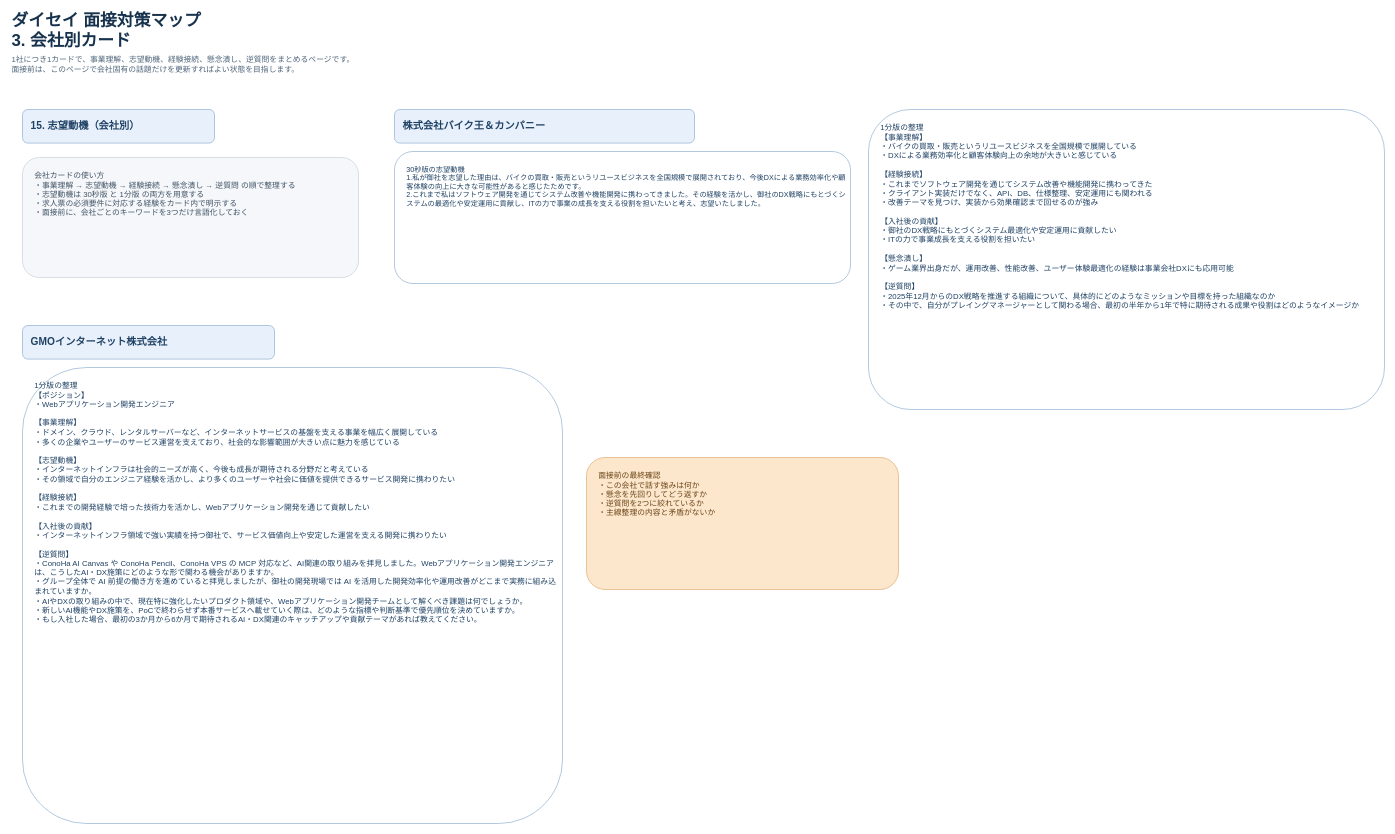
bodacheng/ForInterview keeps this draw.io diagram as page "3. 会社別カード" (3 of 4) of interview-prep-structure.drawio. Above is the earlier version. Source tidied: cells renumbered, new cells numbered last; positions are measured from the earlier drawing's top-left corner, leaving out a move shared by most shapes. Both pictures are drawn from the tidied source at 60%, with x=0, y=0 at pixel (10, 13).
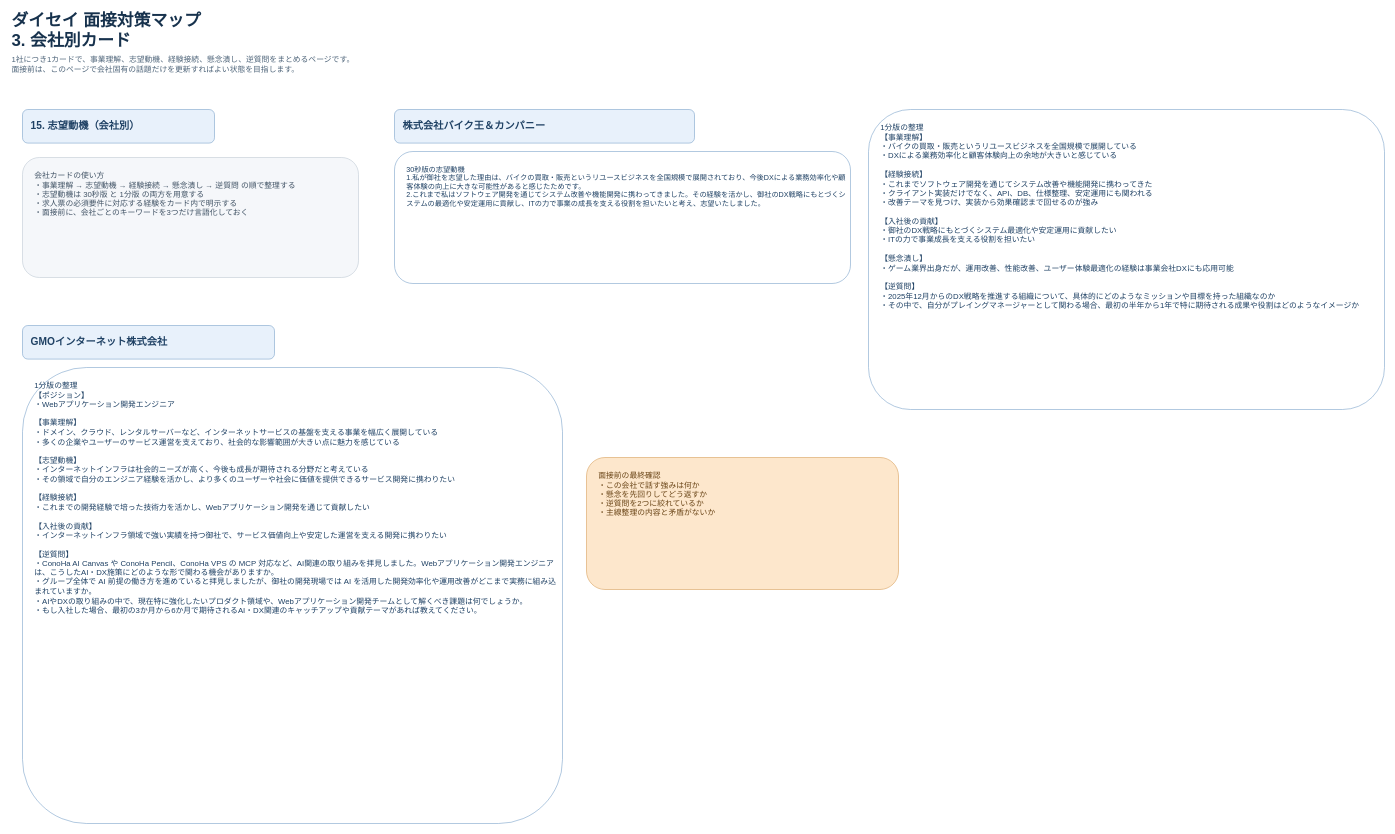
The same page after the edit.

What changed in the source:
```diff
@@
 <mxGraphModel>
   <root>
     <mxCell id="0" />
     <mxCell id="1" parent="0" />
     <mxCell id="2" value="ダイセイ 面接対策マップ&#10;3. 会社別カード" style="text;html=1;strokeColor=none;fillColor=none;align=left;verticalAlign=middle;whiteSpace=wrap;rounded=0;fontSize=28;fontStyle=1;fontColor=#17324D;" parent="1" vertex="1">
       <mxGeometry width="760" height="56" as="geometry" />
     </mxCell>
     <mxCell id="3" value="1社につき1カードで、事業理解、志望動機、経験接続、懸念潰し、逆質問をまとめるページです。&#10;面接前は、このページで会社固有の話題だけを更新すればよい状態を目指します。" style="text;html=1;strokeColor=none;fillColor=none;align=left;verticalAlign=middle;whiteSpace=wrap;rounded=0;fontSize=13;fontColor=#4F657A;" parent="1" vertex="1">
       <mxGeometry y="60" width="1200" height="50" as="geometry" />
     </mxCell>
     <mxCell id="4" value="15. 志望動機（会社別）" style="rounded=1;whiteSpace=wrap;html=1;align=left;verticalAlign=middle;spacingLeft=12;fillColor=#E8F1FB;strokeColor=#7EA5CC;fontStyle=1;fontSize=17;fontColor=#1F4164;arcSize=16;" parent="1" vertex="1">
       <mxGeometry x="20" y="160" width="320" height="56" as="geometry" />
     </mxCell>
     <mxCell id="5" value="会社カードの使い方&#10;・事業理解 → 志望動機 → 経験接続 → 懸念潰し → 逆質問 の順で整理する&#10;・志望動機は 30秒版 と 1分版 の両方を用意する&#10;・求人票の必須要件に対応する経験をカード内で明示する&#10;・面接前に、会社ごとのキーワードを3つだけ言語化しておく" style="rounded=1;whiteSpace=wrap;html=1;align=left;verticalAlign=top;spacing=8;spacingLeft=12;spacingTop=10;fillColor=#F5F7FA;strokeColor=#C2CBD6;fontSize=13;fontColor=#425466;arcSize=14;" parent="1" vertex="1">
       <mxGeometry x="20" y="240" width="560" height="200" as="geometry" />
     </mxCell>
     <mxCell id="6" value="株式会社バイク王＆カンパニー" style="rounded=1;whiteSpace=wrap;html=1;align=left;verticalAlign=middle;spacingLeft=12;fillColor=#E8F1FB;strokeColor=#7EA5CC;fontStyle=1;fontSize=17;fontColor=#1F4164;arcSize=16;" parent="1" vertex="1">
       <mxGeometry x="640" y="160" width="500" height="56" as="geometry" />
     </mxCell>
     <mxCell id="7" value="30秒版の志望動機&lt;br&gt;1.私が御社を志望した理由は、バイクの買取・販売というリユースビジネスを全国規模で展開されており、今後DXによる業務効率化や顧客体験の向上に大きな可能性があると感じたためです。&lt;div&gt;2.これまで私はソフトウェア開発を通じてシステム改善や機能開発に携わってきました。その経験を活かし、御社のDX戦略にもとづくシステムの最適化や安定運用に貢献し、ITの力で事業の成長を支える役割を担いたいと考え、志望いたしました。&lt;/div&gt;" style="rounded=1;whiteSpace=wrap;html=1;align=left;verticalAlign=top;spacing=8;spacingLeft=12;spacingTop=10;fillColor=#FFFFFF;strokeColor=#7EA5CC;fontSize=12;fontColor=#1F4164;arcSize=14;" parent="1" vertex="1">
       <mxGeometry x="640" y="230" width="760" height="220" as="geometry" />
     </mxCell>
     <mxCell id="8" value="1分版の整理&#10;【事業理解】&#10;・バイクの買取・販売というリユースビジネスを全国規模で展開している&#10;・DXによる業務効率化と顧客体験向上の余地が大きいと感じている&#10;&#10;【経験接続】&#10;・これまでソフトウェア開発を通じてシステム改善や機能開発に携わってきた&#10;・クライアント実装だけでなく、API、DB、仕様整理、安定運用にも関われる&#10;・改善テーマを見つけ、実装から効果確認まで回せるのが強み&#10;&#10;【入社後の貢献】&#10;・御社のDX戦略にもとづくシステム最適化や安定運用に貢献したい&#10;・ITの力で事業成長を支える役割を担いたい&#10;&#10;【懸念潰し】&#10;・ゲーム業界出身だが、運用改善、性能改善、ユーザー体験最適化の経験は事業会社DXにも応用可能&#10;&#10;【逆質問】&#10;・2025年12月からのDX戦略を推進する組織について、具体的にどのようなミッションや目標を持った組織なのか&#10;・その中で、自分がプレイングマネージャーとして関わる場合、最初の半年から1年で特に期待される成果や役割はどのようなイメージか" style="rounded=1;whiteSpace=wrap;html=1;align=left;verticalAlign=top;spacing=8;spacingLeft=12;spacingTop=10;fillColor=#FFFFFF;strokeColor=#7EA5CC;fontSize=13;fontColor=#1F4164;arcSize=14;" parent="1" vertex="1">
       <mxGeometry x="1430" y="160" width="860" height="500" as="geometry" />
     </mxCell>
     <mxCell id="9" value="GMOインターネット株式会社" style="rounded=1;whiteSpace=wrap;html=1;align=left;verticalAlign=middle;spacingLeft=12;fillColor=#E8F1FB;strokeColor=#7EA5CC;fontStyle=1;fontSize=17;fontColor=#1F4164;arcSize=16;" parent="1" vertex="1">
       <mxGeometry x="20" y="520" width="420" height="56" as="geometry" />
     </mxCell>
-    <mxCell id="10" value="1分版の整理&#10;【ポジション】&#10;・Webアプリケーション開発エンジニア&#10;&#10;【事業理解】&#10;・ドメイン、クラウド、レンタルサーバーなど、インターネットサービスの基盤を支える事業を幅広く展開している&#10;・多くの企業やユーザーのサービス運営を支えており、社会的な影響範囲が大きい点に魅力を感じている&#10;&#10;【志望動機】&#10;・インターネットインフラは社会的ニーズが高く、今後も成長が期待される分野だと考えている&#10;・その領域で自分のエンジニア経験を活かし、より多くのユーザーや社会に価値を提供できるサービス開発に携わりたい&#10;&#10;【経験接続】&#10;・これまでの開発経験で培った技術力を活かし、Webアプリケーション開発を通じて貢献したい&#10;&#10;【入社後の貢献】&#10;・インターネットインフラ領域で強い実績を持つ御社で、サービス価値向上や安定した運営を支える開発に携わりたい&#10;&#10;【逆質問】&#10;・ConoHa AI Canvas や ConoHa Pencil、ConoHa VPS の MCP 対応など、AI関連の取り組みを拝見しました。Webアプリケーション開発エンジニアは、こうしたAI・DX施策にどのような形で関わる機会がありますか。&#10;・グループ全体で AI 前提の働き方を進めていると拝見しましたが、御社の開発現場では AI を活用した開発効率化や運用改善がどこまで実務に組み込まれていますか。&#10;・AIやDXの取り組みの中で、現在特に強化したいプロダクト領域や、Webアプリケーション開発チームとして解くべき課題は何でしょうか。&#10;・新しいAI機能やDX施策を、PoCで終わらせず本番サービスへ載せていく際は、どのような指標や判断基準で優先順位を決めていますか。&#10;・もし入社した場合、最初の3か月から6か月で期待されるAI・DX関連のキャッチアップや貢献テーマがあれば教えてください。" style="rounded=1;whiteSpace=wrap;html=1;align=left;verticalAlign=top;spacing=8;spacingLeft=12;spacingTop=10;fillColor=#FFFFFF;strokeColor=#7EA5CC;fontSize=13;fontColor=#1F4164;arcSize=14;" parent="1" vertex="1">
+    <mxCell id="10" value="1分版の整理&lt;br&gt;【ポジション】&lt;br&gt;・Webアプリケーション開発エンジニア&lt;br&gt;&lt;br&gt;【事業理解】&lt;br&gt;・ドメイン、クラウド、レンタルサーバーなど、インターネットサービスの基盤を支える事業を幅広く展開している&lt;br&gt;・多くの企業やユーザーのサービス運営を支えており、社会的な影響範囲が大きい点に魅力を感じている&lt;br&gt;&lt;br&gt;【志望動機】&lt;br&gt;・インターネットインフラは社会的ニーズが高く、今後も成長が期待される分野だと考えている&lt;br&gt;・その領域で自分のエンジニア経験を活かし、より多くのユーザーや社会に価値を提供できるサービス開発に携わりたい&lt;br&gt;&lt;br&gt;【経験接続】&lt;br&gt;・これまでの開発経験で培った技術力を活かし、Webアプリケーション開発を通じて貢献したい&lt;br&gt;&lt;br&gt;【入社後の貢献】&lt;br&gt;・インターネットインフラ領域で強い実績を持つ御社で、サービス価値向上や安定した運営を支える開発に携わりたい&lt;br&gt;&lt;br&gt;【逆質問】&lt;br&gt;・ConoHa AI Canvas や ConoHa Pencil、ConoHa VPS の MCP 対応など、AI関連の取り組みを拝見しました。Webアプリケーション開発エンジニアは、こうしたAI・DX施策にどのような形で関わる機会がありますか。&lt;br&gt;・グループ全体で AI 前提の働き方を進めていると拝見しましたが、御社の開発現場では AI を活用した開発効率化や運用改善がどこまで実務に組み込まれていますか。&lt;br&gt;・AIやDXの取り組みの中で、現在特に強化したいプロダクト領域や、Webアプリケーション開発チームとして解くべき課題は何でしょうか。&lt;br&gt;・もし入社した場合、最初の3か月から6か月で期待されるAI・DX関連のキャッチアップや貢献テーマがあれば教えてください。" style="rounded=1;whiteSpace=wrap;html=1;align=left;verticalAlign=top;spacing=8;spacingLeft=12;spacingTop=10;fillColor=#FFFFFF;strokeColor=#7EA5CC;fontSize=13;fontColor=#1F4164;arcSize=14;" parent="1" vertex="1">
       <mxGeometry x="20" y="590" width="900" height="760" as="geometry" />
     </mxCell>
     <mxCell id="11" value="面接前の最終確認&#10;・この会社で話す強みは何か&#10;・懸念を先回りしてどう返すか&#10;・逆質問を2つに絞れているか&#10;・主線整理の内容と矛盾がないか" style="rounded=1;whiteSpace=wrap;html=1;align=left;verticalAlign=top;spacing=8;spacingLeft=12;spacingTop=10;fillColor=#FDE7CC;strokeColor=#D9A25F;fontSize=13;fontColor=#6A4517;arcSize=14;" parent="1" vertex="1">
       <mxGeometry x="960" y="740" width="520" height="220" as="geometry" />
     </mxCell>
   </root>
 </mxGraphModel>
```
